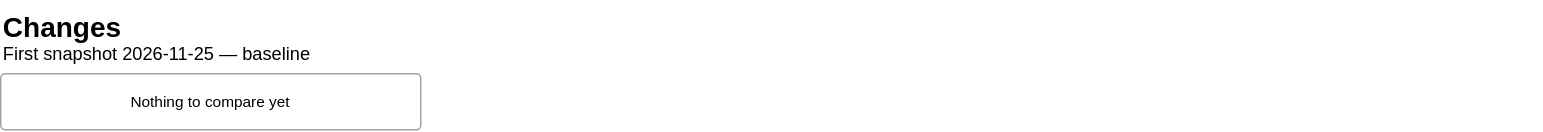
This is diagrams/5-changes.svg from musaxasmammedov7/infrastructure, a draw.io export, as it was before one commit. Source tidied: cells renumbered, new cells last; positions are measured from the earlier drawing's top-left corner, leaving out a move shared by most shapes.
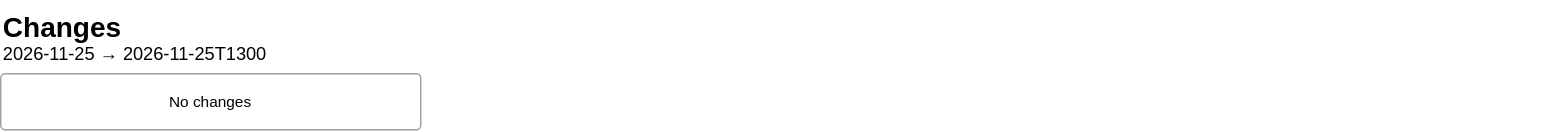
Above is the later version.

Diff of the diagram source:
```diff
@@ -2,13 +2,13 @@
   <root>
     <mxCell id="0" />
     <mxCell id="1" parent="0" />
-    <mxCell id="2" value="&lt;b style='font-size:20px'&gt;Changes&lt;/b&gt;&lt;br&gt;First snapshot 2026-11-25 — baseline" style="text;html=1;whiteSpace=wrap;align=left;verticalAlign=top;fontSize=13;spacing=2;" parent="1" vertex="1">
+    <mxCell id="2" value="&lt;b style='font-size:20px'&gt;Changes&lt;/b&gt;&lt;br&gt;2026-11-25 → 2026-11-25T1300" style="text;html=1;whiteSpace=wrap;align=left;verticalAlign=top;fontSize=13;spacing=2;" parent="1" vertex="1">
       <mxGeometry width="1100" height="42" as="geometry" />
     </mxCell>
     <mxCell id="3" style="text;html=1;fillColor=none;strokeColor=none;" parent="1" vertex="1">
       <mxGeometry y="52" width="300" height="40" as="geometry" />
     </mxCell>
-    <mxCell id="4" value="Nothing to compare yet" style="rounded=1;arcSize=8;whiteSpace=wrap;html=1;fillColor=#FFFFFF;strokeColor=#9E9E9E;strokeWidth=1;fontSize=11;align=center;verticalAlign=middle;spacing=4;" parent="3" vertex="1">
+    <mxCell id="4" value="No changes" style="rounded=1;arcSize=8;whiteSpace=wrap;html=1;fillColor=#FFFFFF;strokeColor=#9E9E9E;strokeWidth=1;fontSize=11;align=center;verticalAlign=middle;spacing=4;" parent="3" vertex="1">
       <mxGeometry width="300" height="40" as="geometry" />
     </mxCell>
   </root>
```
